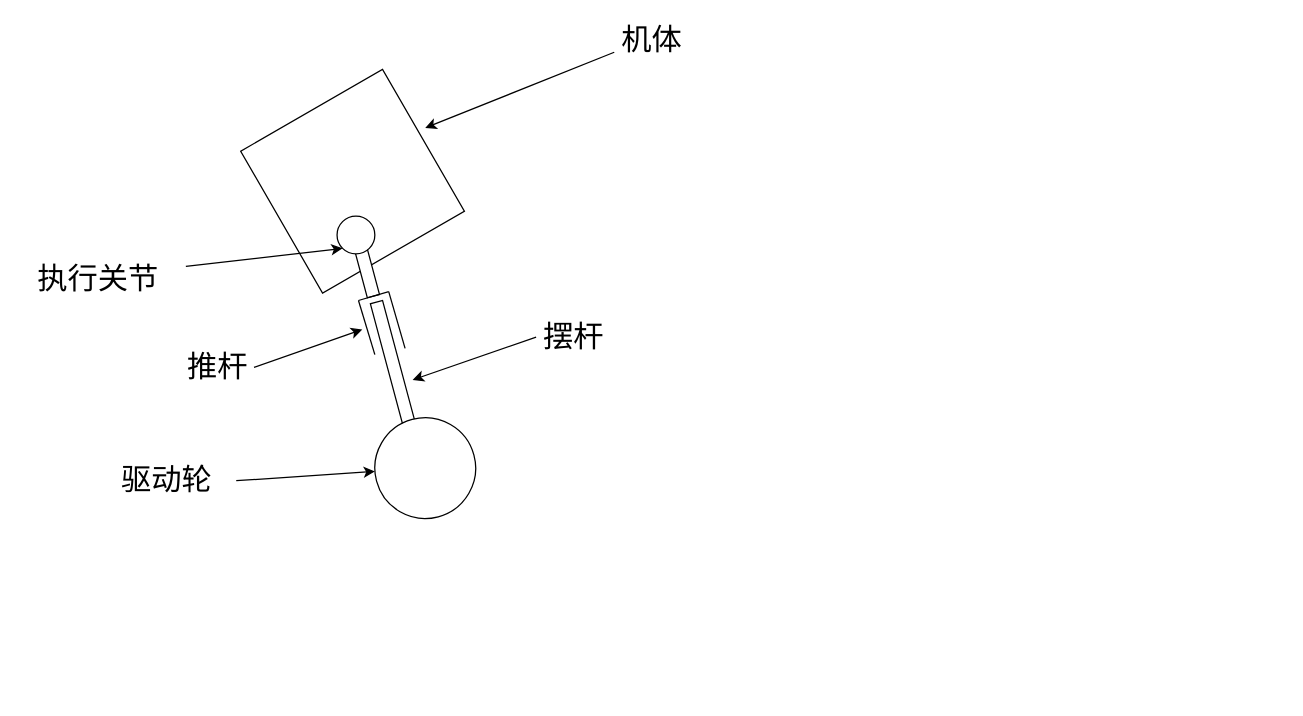
vod-x/Wheel-Legged-Robot keeps this draw.io diagram as figure/轮足机器人简化模型.drawio. Above is the earlier version. Source tidied: cells renumbered, new cells numbered last; positions are measured from the earlier drawing's top-left corner, leaving out a move shared by most shapes. Both pictures are drawn from the tidied source at 126%, with x=0, y=0 at pixel (21, 39).
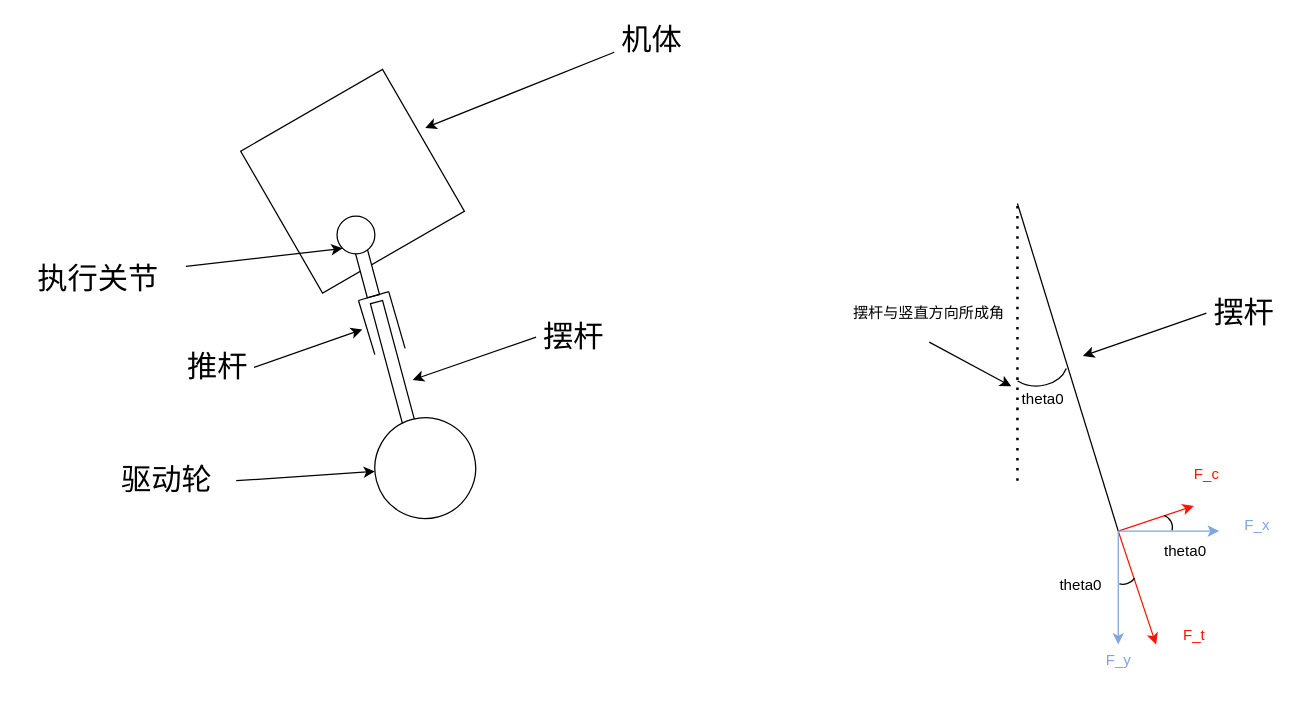
The same diagram, later.

What changed in the source:
```diff
@@
+    <mxCell id="20" style="endArrow=none;html=1;rounded=0;" parent="1" edge="1">
+      <mxGeometry relative="1" as="geometry">
+        <mxPoint x="870" y="390" as="sourcePoint" />
+        <mxPoint x="790" y="130" as="targetPoint" />
+      </mxGeometry>
+    </mxCell>
+    <mxCell id="21" style="endArrow=classic;html=1;rounded=0;fontColor=#FF1300;labelBackgroundColor=#FF1300;strokeColor=#FF1300;" parent="1" edge="1">
+      <mxGeometry relative="1" as="geometry">
+        <mxPoint x="870" y="390" as="sourcePoint" />
+        <mxPoint x="900" y="480" as="targetPoint" />
+      </mxGeometry>
+    </mxCell>
+    <mxCell id="22" style="endArrow=classic;html=1;rounded=0;fontColor=#FF1300;labelBackgroundColor=#FF1300;strokeColor=#FF1300;" parent="1" edge="1">
+      <mxGeometry relative="1" as="geometry">
+        <mxPoint x="870" y="390" as="sourcePoint" />
+        <mxPoint x="930" y="370" as="targetPoint" />
+      </mxGeometry>
+    </mxCell>
+    <mxCell id="23" value="&lt;font style=&quot;color: rgb(255, 19, 0);&quot;&gt;F_t&lt;/font&gt;&lt;div&gt;&lt;br&gt;&lt;/div&gt;" style="text;html=1;align=center;verticalAlign=middle;strokeColor=none;fillColor=none;" parent="1" vertex="1">
+      <mxGeometry x="910" y="460" width="40" height="40" as="geometry" />
+    </mxCell>
+    <mxCell id="24" value="&lt;font style=&quot;color: rgb(255, 19, 0);&quot;&gt;F_c&lt;/font&gt;" style="text;html=1;align=center;verticalAlign=middle;strokeColor=none;fillColor=none;" parent="1" vertex="1">
+      <mxGeometry x="920" y="330" width="40" height="30" as="geometry" />
+    </mxCell>
+    <mxCell id="25" style="endArrow=none;dashed=1;html=1;dashPattern=1 3;strokeWidth=2;rounded=0;" parent="1" edge="1">
+      <mxGeometry relative="1" as="geometry">
+        <mxPoint x="790" y="350" as="sourcePoint" />
+        <mxPoint x="790" y="127.3" as="targetPoint" />
+      </mxGeometry>
+    </mxCell>
+    <mxCell id="26" style="verticalLabelPosition=bottom;verticalAlign=top;html=1;shape=mxgraph.basic.arc;startAngle=0.3;endAngle=0.6014690426860699;" parent="1" vertex="1">
+      <mxGeometry x="780" y="234.8" width="50" height="40" as="geometry" />
+    </mxCell>
+    <mxCell id="27" value="theta0&lt;div&gt;&lt;br&gt;&lt;/div&gt;" style="text;html=1;align=center;verticalAlign=middle;points=[];strokeColor=none;fillColor=none;" parent="1" vertex="1">
+      <mxGeometry x="780" y="273" width="60" height="40" as="geometry" />
+    </mxCell>
+    <mxCell id="28" style="endArrow=classic;html=1;rounded=0;strokeColor=#7EA6E0;" parent="1" edge="1">
+      <mxGeometry relative="1" as="geometry">
+        <mxPoint x="870" y="390" as="sourcePoint" />
+        <mxPoint x="950" y="390" as="targetPoint" />
+      </mxGeometry>
+    </mxCell>
+    <mxCell id="29" style="endArrow=classic;html=1;rounded=0;strokeColor=#7EA6E0;" parent="1" edge="1">
+      <mxGeometry relative="1" as="geometry">
+        <mxPoint x="870" y="390" as="sourcePoint" />
+        <mxPoint x="870" y="480" as="targetPoint" />
+      </mxGeometry>
+    </mxCell>
+    <mxCell id="30" value="&lt;font style=&quot;color: rgb(126, 166, 224);&quot;&gt;F_x&lt;/font&gt;&lt;div&gt;&lt;br&gt;&lt;/div&gt;" style="text;html=1;align=center;verticalAlign=middle;strokeColor=none;fillColor=none;" parent="1" vertex="1">
+      <mxGeometry x="960" y="373" width="40" height="40" as="geometry" />
+    </mxCell>
+    <mxCell id="31" value="&lt;font style=&quot;color: rgb(126, 166, 224);&quot;&gt;F_y&lt;/font&gt;&lt;div&gt;&lt;br&gt;&lt;/div&gt;" style="text;html=1;align=center;verticalAlign=middle;strokeColor=none;fillColor=none;" parent="1" vertex="1">
+      <mxGeometry x="850" y="480" width="40" height="40" as="geometry" />
+    </mxCell>
+    <mxCell id="32" value="&lt;font style=&quot;font-size: 24px;&quot;&gt;摆杆&lt;/font&gt;" style="text;html=1;align=center;verticalAlign=middle;whiteSpace=wrap;rounded=0;" parent="1" vertex="1">
+      <mxGeometry x="940" y="202" width="60" height="30" as="geometry" />
+    </mxCell>
+    <mxCell id="33" style="endArrow=classic;html=1;rounded=0;exitX=0;exitY=0.5;exitDx=0;exitDy=0;" parent="1" edge="1" source="32">
+      <mxGeometry relative="1" as="geometry">
+        <mxPoint x="842" y="251" as="targetPoint" />
+      </mxGeometry>
+    </mxCell>
+    <mxCell id="34" value="&lt;font&gt;摆杆与竖直方向所成角&lt;/font&gt;" style="text;html=1;align=center;verticalAlign=middle;whiteSpace=wrap;rounded=0;" parent="1" vertex="1">
+      <mxGeometry x="650" y="186.5" width="140" height="61" as="geometry" />
+    </mxCell>
+    <mxCell id="35" style="endArrow=classic;html=1;rounded=0;entryX=0.085;entryY=0.052;entryDx=0;entryDy=0;entryPerimeter=0;" parent="1" edge="1" target="27">
+      <mxGeometry relative="1" as="geometry">
+        <mxPoint x="720" y="240" as="sourcePoint" />
+      </mxGeometry>
+    </mxCell>
+    <mxCell id="36" style="verticalLabelPosition=bottom;verticalAlign=top;html=1;shape=mxgraph.basic.arc;startAngle=0.19500312123743074;endAngle=0.42620819117478337;rotation=-50;" parent="1" vertex="1">
+      <mxGeometry x="893" y="377" width="20" height="20" as="geometry" />
+    </mxCell>
+    <mxCell id="37" value="theta0&lt;div&gt;&lt;br&gt;&lt;/div&gt;" style="text;html=1;align=center;verticalAlign=middle;strokeColor=none;fillColor=none;" parent="1" vertex="1">
+      <mxGeometry x="893" y="393" width="60" height="40" as="geometry" />
+    </mxCell>
+    <mxCell id="38" style="verticalLabelPosition=bottom;verticalAlign=top;html=1;shape=mxgraph.basic.arc;startAngle=0.2287766478860368;endAngle=0.42620819117478337;rotation=45;" parent="1" vertex="1">
+      <mxGeometry x="865" y="410" width="20" height="23" as="geometry" />
+    </mxCell>
+    <mxCell id="39" value="theta0&lt;div&gt;&lt;br&gt;&lt;/div&gt;" style="text;html=1;align=center;verticalAlign=middle;strokeColor=none;fillColor=none;" parent="1" vertex="1">
+      <mxGeometry x="810" y="420" width="60" height="40" as="geometry" />
+    </mxCell>
```
